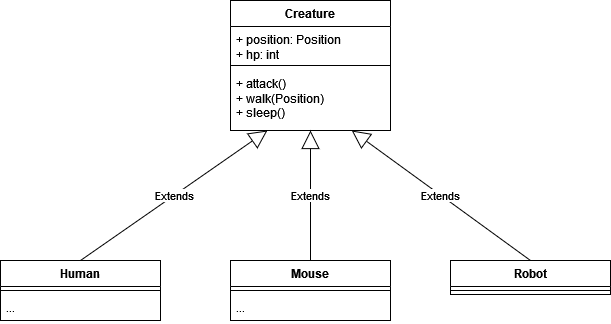
This is composition_inheritance_initial_architecture.drawio.png from penguincarol/rattle, a draw.io export, as it was before one commit. Source tidied: cells renumbered, new cells last; positions are measured from the earlier drawing's top-left corner, leaving out a move shared by most shapes. The source it was exported from:
```xml
<mxGraphModel>
  <root>
    <mxCell id="0" />
    <mxCell id="1" parent="0" />
    <mxCell id="2" value="Robot" style="swimlane;fontStyle=1;align=center;verticalAlign=top;horizontal=1;startSize=26;whiteSpace=wrap;html=1;" parent="1" vertex="1">
      <mxGeometry x="450" y="260" width="160" height="34" as="geometry" />
    </mxCell>
    <mxCell id="3" style="line;strokeWidth=1;fillColor=none;align=left;verticalAlign=middle;spacingTop=-1;spacingLeft=3;spacingRight=3;labelPosition=right;strokeColor=inherit;" parent="2" vertex="1">
      <mxGeometry y="26" width="160" height="8" as="geometry" />
    </mxCell>
    <mxCell id="4" value="Creature" style="swimlane;fontStyle=1;align=center;verticalAlign=top;horizontal=1;startSize=26;whiteSpace=wrap;html=1;" parent="1" vertex="1">
      <mxGeometry x="230" width="160" height="130" as="geometry" />
    </mxCell>
    <mxCell id="5" value="&lt;div&gt;+ position: Position&lt;/div&gt;&lt;div&gt;+ hp: int&lt;br&gt;&lt;/div&gt;" style="text;strokeColor=none;fillColor=none;align=left;verticalAlign=top;spacingLeft=4;spacingRight=4;overflow=hidden;whiteSpace=wrap;html=1;" parent="4" vertex="1">
      <mxGeometry y="26" width="160" height="34" as="geometry" />
    </mxCell>
    <mxCell id="6" style="line;strokeWidth=1;fillColor=none;align=left;verticalAlign=middle;spacingTop=-1;spacingLeft=3;spacingRight=3;labelPosition=right;strokeColor=inherit;" parent="4" vertex="1">
      <mxGeometry y="60" width="160" height="10" as="geometry" />
    </mxCell>
    <mxCell id="7" value="&lt;div&gt;+ attack()&lt;br&gt;&lt;/div&gt;&lt;div&gt;+ walk(Position)&lt;/div&gt;&lt;div&gt;+ sleep()&lt;br&gt;&lt;/div&gt;" style="text;strokeColor=none;fillColor=none;align=left;verticalAlign=top;spacingLeft=4;spacingRight=4;overflow=hidden;points=[[0,0.5],[1,0.5]];portConstraint=eastwest;whiteSpace=wrap;html=1;" parent="4" vertex="1">
      <mxGeometry y="70" width="160" height="60" as="geometry" />
    </mxCell>
    <mxCell id="8" value="Extends" style="endArrow=block;endSize=16;endFill=0;html=1;rounded=0;exitX=0.5;exitY=0;exitDx=0;exitDy=0;entryX=0.5;entryY=1;entryDx=0;entryDy=0;" parent="1" edge="1" target="4">
      <mxGeometry relative="1" as="geometry">
        <mxPoint x="310" y="260" as="sourcePoint" />
      </mxGeometry>
    </mxCell>
    <mxCell id="9" value="Extends" style="endArrow=block;endSize=16;endFill=0;html=1;rounded=0;exitX=0.5;exitY=0;exitDx=0;exitDy=0;" parent="1" edge="1" source="2" target="7">
      <mxGeometry relative="1" as="geometry" />
    </mxCell>
    <mxCell id="10" value="Extends" style="endArrow=block;endSize=16;endFill=0;html=1;rounded=0;exitX=0.5;exitY=0;exitDx=0;exitDy=0;" parent="1" edge="1" target="7">
      <mxGeometry relative="1" as="geometry">
        <mxPoint x="80" y="260" as="sourcePoint" />
      </mxGeometry>
    </mxCell>
    <mxCell id="11" value="Mouse" style="swimlane;fontStyle=1;align=center;verticalAlign=top;horizontal=1;startSize=26;whiteSpace=wrap;html=1;" parent="1" vertex="1">
      <mxGeometry x="230" y="260" width="160" height="60" as="geometry" />
    </mxCell>
    <mxCell id="12" style="line;strokeWidth=1;fillColor=none;align=left;verticalAlign=middle;spacingTop=-1;spacingLeft=3;spacingRight=3;labelPosition=right;strokeColor=inherit;" parent="11" vertex="1">
      <mxGeometry y="26" width="160" height="8" as="geometry" />
    </mxCell>
    <mxCell id="13" value="..." style="text;strokeColor=none;fillColor=none;align=left;verticalAlign=top;spacingLeft=4;spacingRight=4;overflow=hidden;whiteSpace=wrap;html=1;" parent="11" vertex="1">
      <mxGeometry y="34" width="160" height="26" as="geometry" />
    </mxCell>
    <mxCell id="14" value="Human" style="swimlane;fontStyle=1;align=center;verticalAlign=top;horizontal=1;startSize=26;whiteSpace=wrap;html=1;" parent="1" vertex="1">
      <mxGeometry y="260" width="160" height="60" as="geometry" />
    </mxCell>
    <mxCell id="15" style="line;strokeWidth=1;fillColor=none;align=left;verticalAlign=middle;spacingTop=-1;spacingLeft=3;spacingRight=3;labelPosition=right;strokeColor=inherit;" parent="14" vertex="1">
      <mxGeometry y="26" width="160" height="8" as="geometry" />
    </mxCell>
    <mxCell id="16" value="..." style="text;strokeColor=none;fillColor=none;align=left;verticalAlign=top;spacingLeft=4;spacingRight=4;overflow=hidden;whiteSpace=wrap;html=1;" parent="14" vertex="1">
      <mxGeometry y="34" width="160" height="26" as="geometry" />
    </mxCell>
  </root>
</mxGraphModel>
```
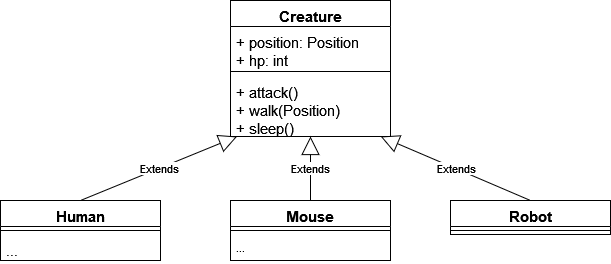
After the commit.

What changed in the source:
```diff
@@ -2,23 +2,23 @@
   <root>
     <mxCell id="0" />
     <mxCell id="1" parent="0" />
-    <mxCell id="2" value="Robot" style="swimlane;fontStyle=1;align=center;verticalAlign=top;horizontal=1;startSize=26;whiteSpace=wrap;html=1;" parent="1" vertex="1">
+    <mxCell id="2" value="&lt;font style=&quot;font-size: 15px;&quot;&gt;Robot&lt;/font&gt;" style="swimlane;fontStyle=1;align=center;verticalAlign=top;horizontal=1;startSize=26;whiteSpace=wrap;html=1;" parent="1" vertex="1">
       <mxGeometry x="450" y="260" width="160" height="34" as="geometry" />
     </mxCell>
     <mxCell id="3" style="line;strokeWidth=1;fillColor=none;align=left;verticalAlign=middle;spacingTop=-1;spacingLeft=3;spacingRight=3;labelPosition=right;strokeColor=inherit;" parent="2" vertex="1">
       <mxGeometry y="26" width="160" height="8" as="geometry" />
     </mxCell>
-    <mxCell id="4" value="Creature" style="swimlane;fontStyle=1;align=center;verticalAlign=top;horizontal=1;startSize=26;whiteSpace=wrap;html=1;" parent="1" vertex="1">
-      <mxGeometry x="230" width="160" height="130" as="geometry" />
+    <mxCell id="4" value="&lt;font style=&quot;font-size: 15px;&quot;&gt;Creature&lt;/font&gt;" style="swimlane;fontStyle=1;align=center;verticalAlign=top;horizontal=1;startSize=26;whiteSpace=wrap;html=1;" parent="1" vertex="1">
+      <mxGeometry x="230" y="60" width="160" height="136" as="geometry" />
     </mxCell>
-    <mxCell id="5" value="&lt;div&gt;+ position: Position&lt;/div&gt;&lt;div&gt;+ hp: int&lt;br&gt;&lt;/div&gt;" style="text;strokeColor=none;fillColor=none;align=left;verticalAlign=top;spacingLeft=4;spacingRight=4;overflow=hidden;whiteSpace=wrap;html=1;" parent="4" vertex="1">
-      <mxGeometry y="26" width="160" height="34" as="geometry" />
+    <mxCell id="5" value="&lt;div style=&quot;font-size: 15px;&quot;&gt;&lt;font style=&quot;font-size: 15px;&quot;&gt;+ position: Position&lt;/font&gt;&lt;/div&gt;&lt;div style=&quot;font-size: 15px;&quot;&gt;&lt;font style=&quot;font-size: 15px;&quot;&gt;+ hp: int&lt;font style=&quot;font-size: 15px;&quot;&gt;&lt;br&gt;&lt;/font&gt;&lt;/font&gt;&lt;/div&gt;" style="text;strokeColor=none;fillColor=none;align=left;verticalAlign=top;spacingLeft=4;spacingRight=4;overflow=hidden;whiteSpace=wrap;html=1;" parent="4" vertex="1">
+      <mxGeometry y="26" width="160" height="40" as="geometry" />
     </mxCell>
     <mxCell id="6" style="line;strokeWidth=1;fillColor=none;align=left;verticalAlign=middle;spacingTop=-1;spacingLeft=3;spacingRight=3;labelPosition=right;strokeColor=inherit;" parent="4" vertex="1">
-      <mxGeometry y="60" width="160" height="10" as="geometry" />
+      <mxGeometry y="66" width="160" height="10" as="geometry" />
     </mxCell>
-    <mxCell id="7" value="&lt;div&gt;+ attack()&lt;br&gt;&lt;/div&gt;&lt;div&gt;+ walk(Position)&lt;/div&gt;&lt;div&gt;+ sleep()&lt;br&gt;&lt;/div&gt;" style="text;strokeColor=none;fillColor=none;align=left;verticalAlign=top;spacingLeft=4;spacingRight=4;overflow=hidden;points=[[0,0.5],[1,0.5]];portConstraint=eastwest;whiteSpace=wrap;html=1;" parent="4" vertex="1">
-      <mxGeometry y="70" width="160" height="60" as="geometry" />
+    <mxCell id="7" value="&lt;div style=&quot;font-size: 15px;&quot;&gt;&lt;font style=&quot;font-size: 15px;&quot;&gt;+ attack()&lt;br&gt;&lt;/font&gt;&lt;/div&gt;&lt;div style=&quot;font-size: 15px;&quot;&gt;&lt;font style=&quot;font-size: 15px;&quot;&gt;+ walk(Position)&lt;/font&gt;&lt;/div&gt;&lt;div style=&quot;font-size: 15px;&quot;&gt;&lt;font style=&quot;font-size: 15px;&quot;&gt;+ sleep()&lt;/font&gt;&lt;br&gt;&lt;/div&gt;" style="text;strokeColor=none;fillColor=none;align=left;verticalAlign=top;spacingLeft=4;spacingRight=4;overflow=hidden;points=[[0,0.5],[1,0.5]];portConstraint=eastwest;whiteSpace=wrap;html=1;" parent="4" vertex="1">
+      <mxGeometry y="76" width="160" height="60" as="geometry" />
     </mxCell>
     <mxCell id="8" value="Extends" style="endArrow=block;endSize=16;endFill=0;html=1;rounded=0;exitX=0.5;exitY=0;exitDx=0;exitDy=0;entryX=0.5;entryY=1;entryDx=0;entryDy=0;" parent="1" edge="1" target="4">
       <mxGeometry relative="1" as="geometry">
@@ -33,7 +33,7 @@
         <mxPoint x="80" y="260" as="sourcePoint" />
       </mxGeometry>
     </mxCell>
-    <mxCell id="11" value="Mouse" style="swimlane;fontStyle=1;align=center;verticalAlign=top;horizontal=1;startSize=26;whiteSpace=wrap;html=1;" parent="1" vertex="1">
+    <mxCell id="11" value="&lt;font style=&quot;font-size: 15px;&quot;&gt;Mouse&lt;/font&gt;" style="swimlane;fontStyle=1;align=center;verticalAlign=top;horizontal=1;startSize=26;whiteSpace=wrap;html=1;" parent="1" vertex="1">
       <mxGeometry x="230" y="260" width="160" height="60" as="geometry" />
     </mxCell>
     <mxCell id="12" style="line;strokeWidth=1;fillColor=none;align=left;verticalAlign=middle;spacingTop=-1;spacingLeft=3;spacingRight=3;labelPosition=right;strokeColor=inherit;" parent="11" vertex="1">
@@ -42,13 +42,13 @@
     <mxCell id="13" value="..." style="text;strokeColor=none;fillColor=none;align=left;verticalAlign=top;spacingLeft=4;spacingRight=4;overflow=hidden;whiteSpace=wrap;html=1;" parent="11" vertex="1">
       <mxGeometry y="34" width="160" height="26" as="geometry" />
     </mxCell>
-    <mxCell id="14" value="Human" style="swimlane;fontStyle=1;align=center;verticalAlign=top;horizontal=1;startSize=26;whiteSpace=wrap;html=1;" parent="1" vertex="1">
+    <mxCell id="14" value="&lt;font style=&quot;font-size: 15px;&quot;&gt;Human&lt;/font&gt;" style="swimlane;fontStyle=1;align=center;verticalAlign=top;horizontal=1;startSize=26;whiteSpace=wrap;html=1;" parent="1" vertex="1">
       <mxGeometry y="260" width="160" height="60" as="geometry" />
     </mxCell>
     <mxCell id="15" style="line;strokeWidth=1;fillColor=none;align=left;verticalAlign=middle;spacingTop=-1;spacingLeft=3;spacingRight=3;labelPosition=right;strokeColor=inherit;" parent="14" vertex="1">
       <mxGeometry y="26" width="160" height="8" as="geometry" />
     </mxCell>
-    <mxCell id="16" value="..." style="text;strokeColor=none;fillColor=none;align=left;verticalAlign=top;spacingLeft=4;spacingRight=4;overflow=hidden;whiteSpace=wrap;html=1;" parent="14" vertex="1">
+    <mxCell id="16" value="&lt;font style=&quot;font-size: 15px;&quot;&gt;...&lt;/font&gt;" style="text;strokeColor=none;fillColor=none;align=left;verticalAlign=top;spacingLeft=4;spacingRight=4;overflow=hidden;whiteSpace=wrap;html=1;" parent="14" vertex="1">
       <mxGeometry y="34" width="160" height="26" as="geometry" />
     </mxCell>
   </root>
```
